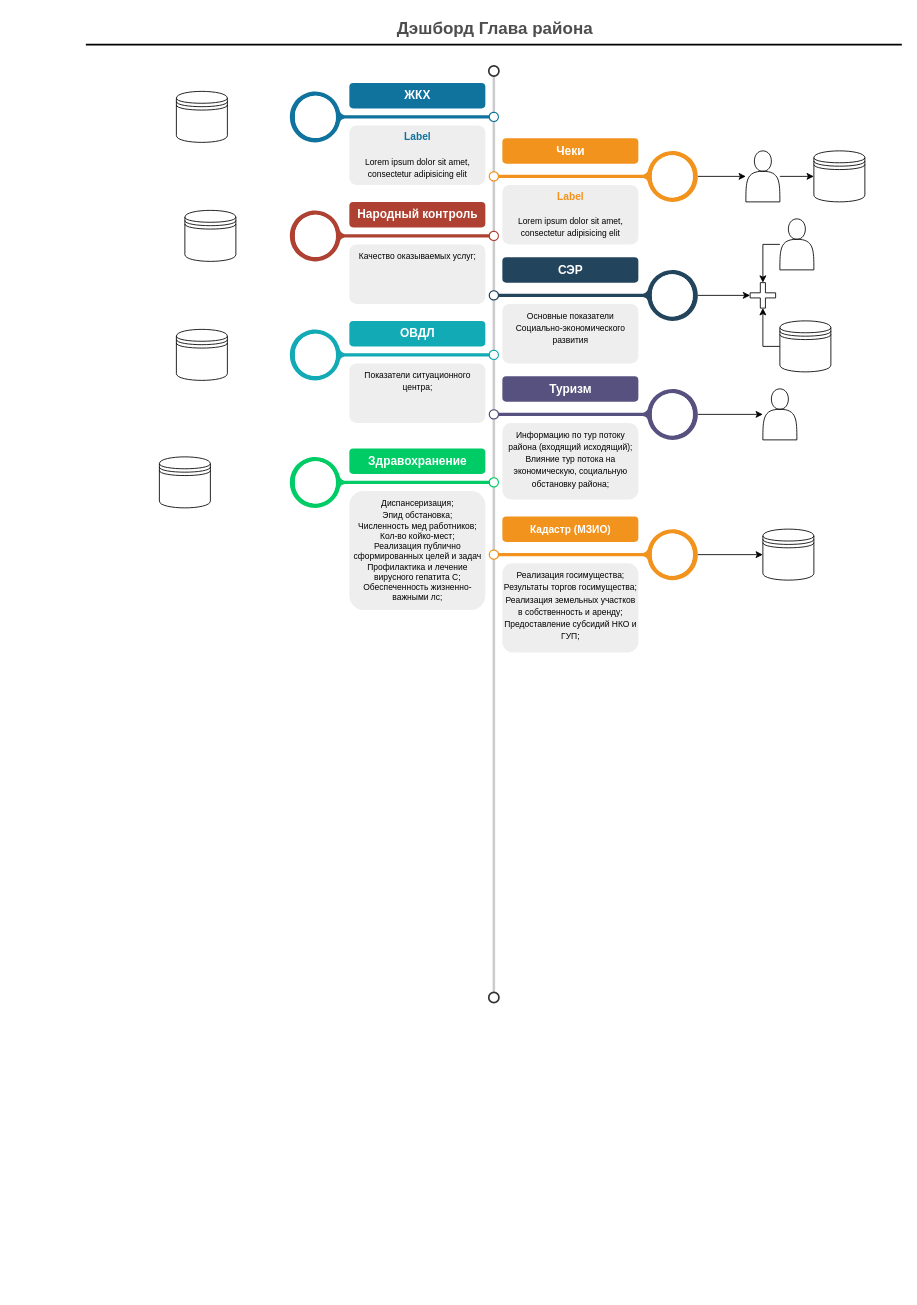
Above: Диаграмма без названия.drawio in Esemenov85/dashboard (draw.io), before the change. Source tidied: cells renumbered, new cells numbered last; positions are measured from the earlier drawing's top-left corner, leaving out a move shared by most shapes. Both pictures are drawn from the tidied source at 85%, with x=0, y=0 at pixel (86, 14).
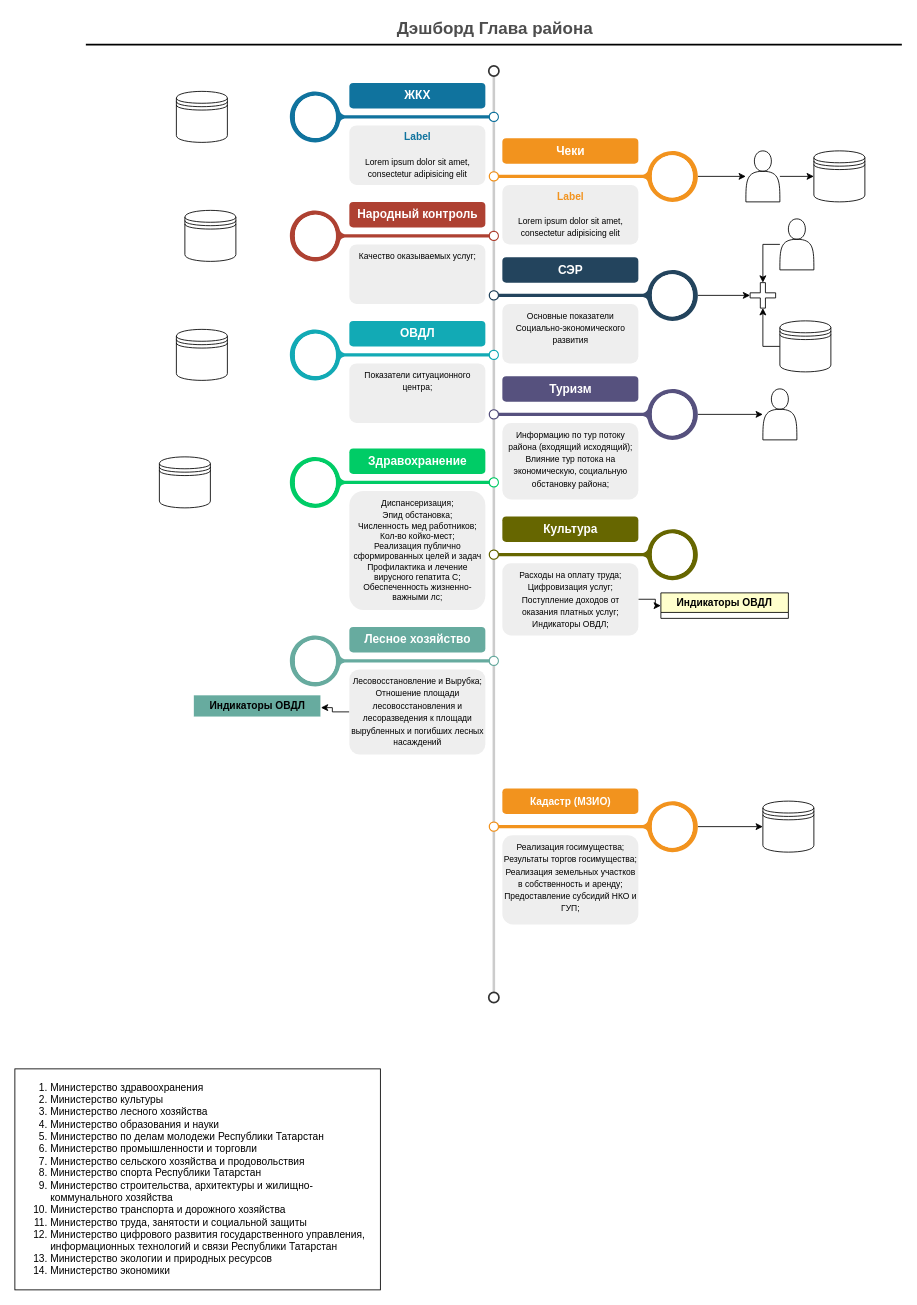
After the change.

Change to the diagram source:
```diff
@@
     <mxCell id="32" style="verticalLabelPosition=middle;verticalAlign=middle;html=1;shape=mxgraph.infographic.circularCallout2;dy=15;strokeColor=#F2931E;labelPosition=center;align=center;fontColor=#F2931E;fontStyle=1;fontSize=24;shadow=0;direction=north;flipH=1;" parent="1" vertex="1">
-      <mxGeometry x="473.5" y="605" width="246" height="60" as="geometry" />
+      <mxGeometry x="473.5" y="925" width="246" height="60" as="geometry" />
     </mxCell>
     <mxCell id="33" value="&lt;font style=&quot;font-size: 12px;&quot;&gt;Кадастр (МЗИО)&lt;/font&gt;" style="fillColor=#F2931E;strokecolor=none;rounded=1;fontColor=#FFFFFF;strokeColor=none;fontStyle=1;fontSize=14;whiteSpace=wrap;html=1;" parent="1" vertex="1">
-      <mxGeometry x="489.5" y="590" width="160" height="30" as="geometry" />
+      <mxGeometry x="489.5" y="910" width="160" height="30" as="geometry" />
     </mxCell>
     <mxCell id="34" value="&lt;span style=&quot;border-color: var(--border-color); font-size: 10px;&quot;&gt;Реализация госимущества;&lt;br&gt;Результаты торгов госимущества;&lt;br&gt;Реализация земельных участков в собственность и аренду;&lt;br&gt;Предоставление субсидий НКО и ГУП;&lt;br&gt;&lt;/span&gt;" style="rounded=1;strokeColor=none;fillColor=#EEEEEE;align=center;arcSize=12;verticalAlign=top;whiteSpace=wrap;html=1;fontSize=12;" parent="1" vertex="1">
-      <mxGeometry x="489.5" y="645" width="160" height="105" as="geometry" />
+      <mxGeometry x="489.5" y="965" width="160" height="105" as="geometry" />
     </mxCell>
     <mxCell id="35" style="shape=datastore;whiteSpace=wrap;html=1;" parent="1" vertex="1">
-      <mxGeometry x="796" y="605" width="60" height="60" as="geometry" />
+      <mxGeometry x="796" y="925" width="60" height="60" as="geometry" />
     </mxCell>
@@
+    <mxCell id="49" value="&lt;div&gt;&lt;ol&gt;&lt;li&gt;Министерство здравоохранения&lt;/li&gt;&lt;li&gt;Министерство культуры&lt;/li&gt;&lt;li&gt;Министерство лесного хозяйства&lt;/li&gt;&lt;li&gt;Министерство образования и науки&lt;/li&gt;&lt;li&gt;Министерство по делам молодежи Республики Татарстан&lt;/li&gt;&lt;li&gt;Министерство промышленности и торговли&lt;/li&gt;&lt;li&gt;Министерство сельского хозяйства и продовольствия&lt;/li&gt;&lt;li&gt;Министерство спорта Республики Татарстан&lt;/li&gt;&lt;li&gt;Министерство строительства, архитектуры и жилищно-коммунального хозяйства&lt;/li&gt;&lt;li&gt;Министерство транспорта и дорожного хозяйства&lt;/li&gt;&lt;li&gt;Министерство труда, занятости и социальной защиты&lt;/li&gt;&lt;li&gt;Министерство цифрового развития государственного управления, информационных технологий и связи Республики Татарстан&lt;/li&gt;&lt;li&gt;Министерство экологии и природных ресурсов&lt;/li&gt;&lt;li&gt;Министерство экономики&lt;/li&gt;&lt;/ol&gt;&lt;/div&gt;" style="whiteSpace=wrap;html=1;align=left;newEdgeStyle={&quot;edgeStyle&quot;:&quot;elbowEdgeStyle&quot;,&quot;startArrow&quot;:&quot;none&quot;,&quot;endArrow&quot;:&quot;none&quot;};" parent="1" vertex="1">
+      <mxGeometry x="-84" y="1240" width="430" height="260" as="geometry" />
+    </mxCell>
+    <mxCell id="50" style="verticalLabelPosition=middle;verticalAlign=middle;html=1;shape=mxgraph.infographic.circularCallout2;dy=15;strokeColor=#666600;labelPosition=center;align=center;fontColor=#10739E;fontStyle=1;fontSize=24;shadow=0;direction=north;flipH=1;" parent="1" vertex="1">
+      <mxGeometry x="473.5" y="605" width="246" height="60" as="geometry" />
+    </mxCell>
+    <mxCell id="51" value="Культура" style="fillColor=#666600;strokecolor=none;rounded=1;fontColor=#FFFFFF;strokeColor=none;fontStyle=1;fontSize=14;whiteSpace=wrap;html=1;" parent="1" vertex="1">
+      <mxGeometry x="489.5" y="590" width="160" height="30" as="geometry" />
+    </mxCell>
+    <mxCell id="52" style="edgeStyle=orthogonalEdgeStyle;rounded=0;jettySize=auto;html=1;" parent="1" edge="1" source="53" target="58">
+      <mxGeometry relative="1" as="geometry" />
+    </mxCell>
+    <mxCell id="53" value="&lt;font style=&quot;font-size: 10px&quot;&gt;Расходы на оплату труда;&lt;br&gt;Цифровизация услуг;&lt;br&gt;Поступление доходов от оказания платных услуг;&lt;br&gt;Индикаторы ОВДЛ;&lt;br&gt;&lt;/font&gt;" style="rounded=1;strokeColor=none;fillColor=#EEEEEE;align=center;arcSize=12;verticalAlign=top;whiteSpace=wrap;html=1;fontSize=12;" parent="1" vertex="1">
+      <mxGeometry x="489.5" y="645" width="160" height="85" as="geometry" />
+    </mxCell>
+    <mxCell id="54" style="verticalLabelPosition=middle;verticalAlign=middle;html=1;shape=mxgraph.infographic.circularCallout2;dy=15;strokeColor=#67AB9F;labelPosition=center;align=center;fontColor=#10739E;fontStyle=1;fontSize=24;shadow=0;direction=north;" parent="1" vertex="1">
+      <mxGeometry x="239.5" y="730" width="246" height="60" as="geometry" />
+    </mxCell>
+    <mxCell id="55" value="Лесное хозяйство" style="fillColor=#67AB9F;strokecolor=none;rounded=1;fontColor=#FFFFFF;strokeColor=none;fontStyle=1;fontSize=14;whiteSpace=wrap;html=1;" parent="1" vertex="1">
+      <mxGeometry x="309.5" y="720" width="160" height="30" as="geometry" />
+    </mxCell>
+    <mxCell id="56" style="edgeStyle=orthogonalEdgeStyle;rounded=0;jettySize=auto;html=1;" parent="1" edge="1" source="57" target="59">
+      <mxGeometry relative="1" as="geometry" />
+    </mxCell>
+    <mxCell id="57" value="&lt;font style=&quot;&quot;&gt;&lt;font style=&quot;&quot; size=&quot;1&quot;&gt;Лесовосстановление и Вырубка;&lt;br&gt;Отношение площади лесовосстановления и лесоразведения к площади вырубленных и погибших лесных насаждений&lt;br&gt;&lt;/font&gt;&lt;/font&gt;" style="rounded=1;strokeColor=none;fillColor=#EEEEEE;align=center;arcSize=12;verticalAlign=top;whiteSpace=wrap;html=1;fontSize=12;" parent="1" vertex="1">
+      <mxGeometry x="309.5" y="770" width="160" height="100" as="geometry" />
+    </mxCell>
+    <mxCell id="58" value="Индикаторы ОВДЛ" style="swimlane;fillColor=#FFFFCC;" parent="1" vertex="1" collapsed="1">
+      <mxGeometry x="676" y="680" width="150" height="30" as="geometry" />
+    </mxCell>
+    <mxCell id="59" value="&lt;b&gt;Индикаторы ОВДЛ&lt;/b&gt;" style="swimlane;fontStyle=0;horizontal=1;startSize=26;fillColor=#67AB9F;html=1;strokeColor=#FFFFFF;" parent="1" vertex="1" collapsed="1">
+      <mxGeometry x="126" y="800" width="150" height="30" as="geometry" />
+    </mxCell>
```
